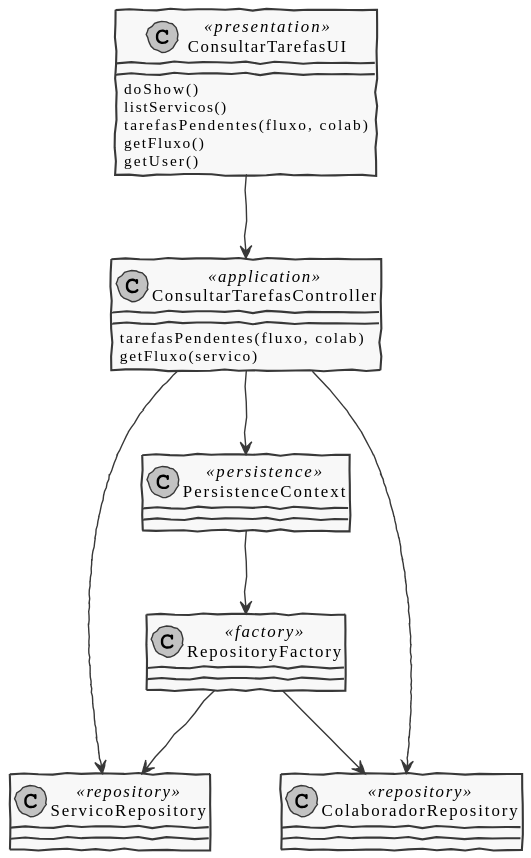
Above: docs/Sprint C/1190769/US3021/CD.svg in pedrolemos4/LAPR4 (PlantUML), before the change.
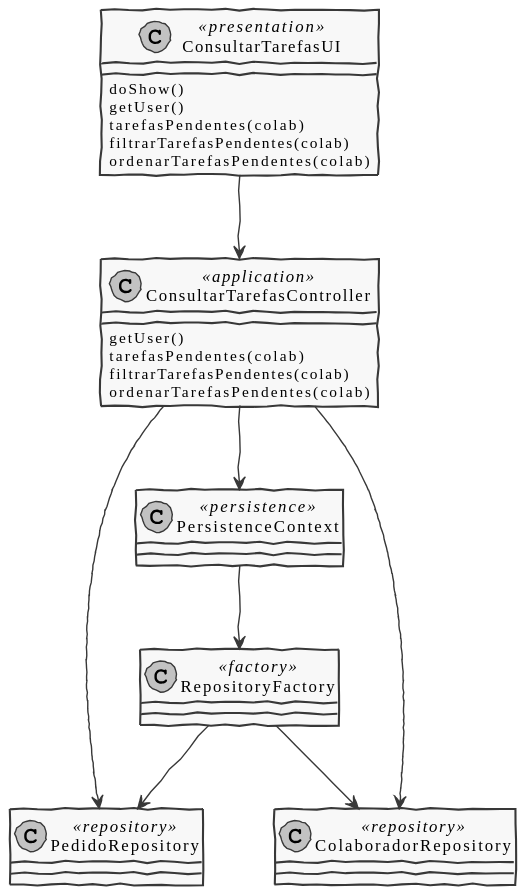
After the change.

The edit, as a diff of the source:
```diff
@@ -9,25 +9,27 @@
 class ConsultarTarefasController <<application>>
 class PersistenceContext <<persistence>>
 class RepositoryFactory <<factory>>
-class ServicoRepository <<repository>>
+class PedidoRepository <<repository>>
 class ColaboradorRepository <<repository>>
 
 
 ConsultarTarefasUI --> ConsultarTarefasController
 ConsultarTarefasUI : doShow()
-ConsultarTarefasUI : listServicos()
-ConsultarTarefasUI : tarefasPendentes(fluxo, colab)
-ConsultarTarefasUI : getFluxo()
 ConsultarTarefasUI : getUser()
+ConsultarTarefasUI : tarefasPendentes(colab)
+ConsultarTarefasUI : filtrarTarefasPendentes(colab)
+ConsultarTarefasUI : ordenarTarefasPendentes(colab)
 
-ConsultarTarefasController : tarefasPendentes(fluxo, colab)
-ConsultarTarefasController : getFluxo(servico)
+ConsultarTarefasController : getUser()
+ConsultarTarefasController : tarefasPendentes(colab)
+ConsultarTarefasController : filtrarTarefasPendentes(colab)
+ConsultarTarefasController : ordenarTarefasPendentes(colab)
 
-ConsultarTarefasController --> ServicoRepository
+ConsultarTarefasController --> PedidoRepository
 ConsultarTarefasController --> ColaboradorRepository
 ConsultarTarefasController --> PersistenceContext
 PersistenceContext --> RepositoryFactory
 
-RepositoryFactory --> ServicoRepository
+RepositoryFactory --> PedidoRepository
 RepositoryFactory --> ColaboradorRepository
 @enduml
```
